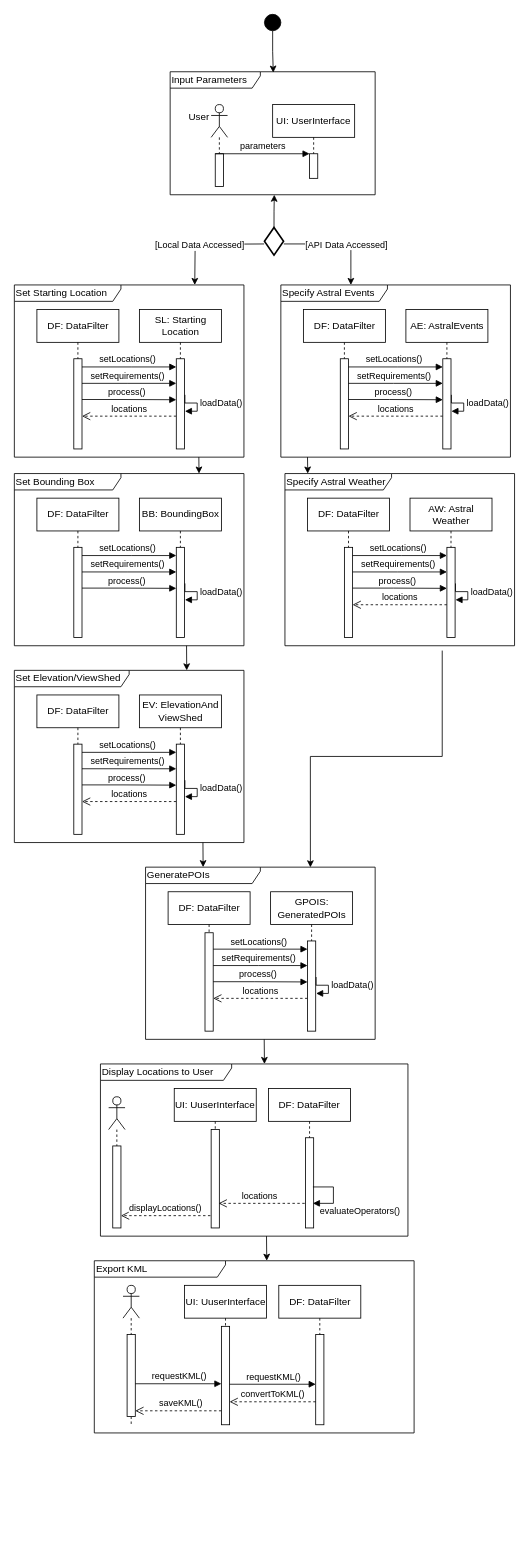
ALEEF02/PrecisionLocationProcessor keeps this draw.io diagram as UML/DrawIO/InteractionDiagram.drawio. Above is the earlier version. Source tidied: cells renumbered, new cells numbered last; positions are measured from the earlier drawing's top-left corner, leaving out a move shared by most shapes. Both pictures are drawn from the tidied source at 82%, with x=0, y=0 at pixel (14, 14).
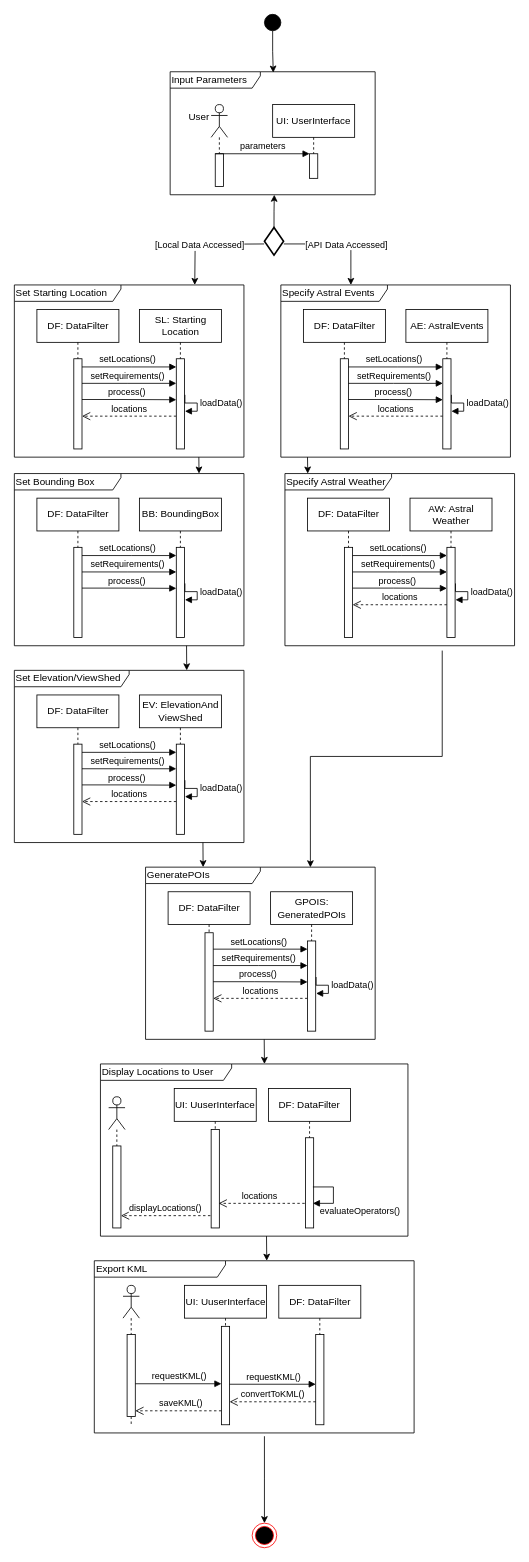
The same diagram, later.

Commit message:
Add exit point

The change refers to these unchanged cells:
```xml
<mxCell id="95" value="Export KML" style="shape=umlFrame;whiteSpace=wrap;html=1;width=160;height=20;align=left;" parent="1" vertex="1">
  <mxGeometry x="97.5" y="1520" width="390" height="210" as="geometry" />
</mxCell>
```

Diff of the diagram source:
```diff
@@
+    <mxCell id="104" style="ellipse;html=1;shape=endState;fillColor=#000000;strokeColor=#ff0000;" parent="1" vertex="1">
+      <mxGeometry x="290" y="1840" width="30" height="30" as="geometry" />
+    </mxCell>
+    <mxCell id="105" style="edgeStyle=orthogonalEdgeStyle;rounded=0;jettySize=auto;html=1;entryX=0.508;entryY=1;entryDx=0;entryDy=0;entryPerimeter=0;exitX=0.532;exitY=1.019;exitDx=0;exitDy=0;exitPerimeter=0;" parent="1" edge="1" source="95">
+      <mxGeometry relative="1" as="geometry">
+        <mxPoint x="305" y="1840" as="targetPoint" />
+      </mxGeometry>
+    </mxCell>
```
